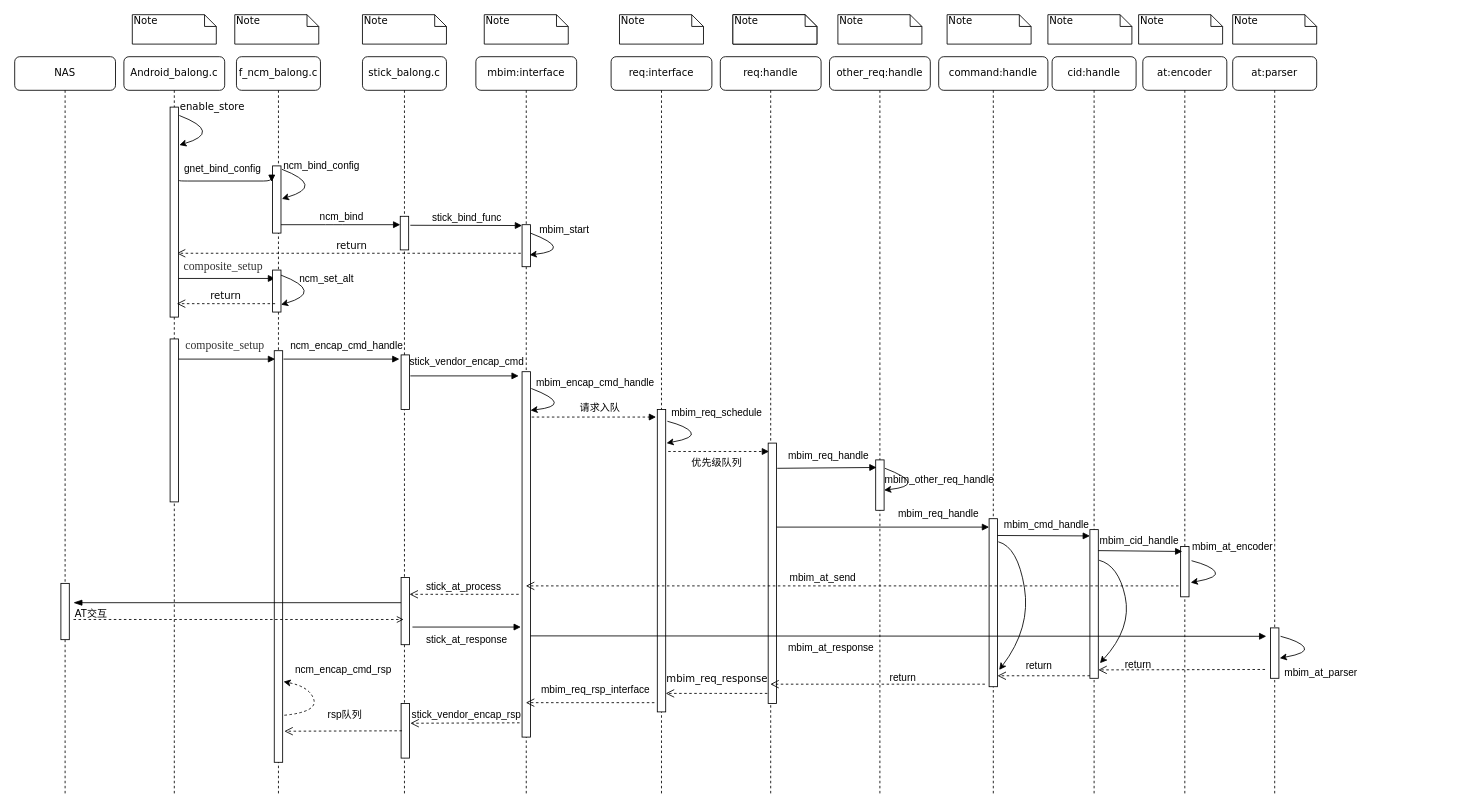
The draw.io diagram MBIM.drawio in liuhongkang/paper, before the edit. Source tidied: cells renumbered, new cells numbered last; positions are measured from the earlier drawing's top-left corner, leaving out a move shared by most shapes. Both pictures are drawn from the tidied source at 84%, with x=0, y=0 at pixel (14, 14).
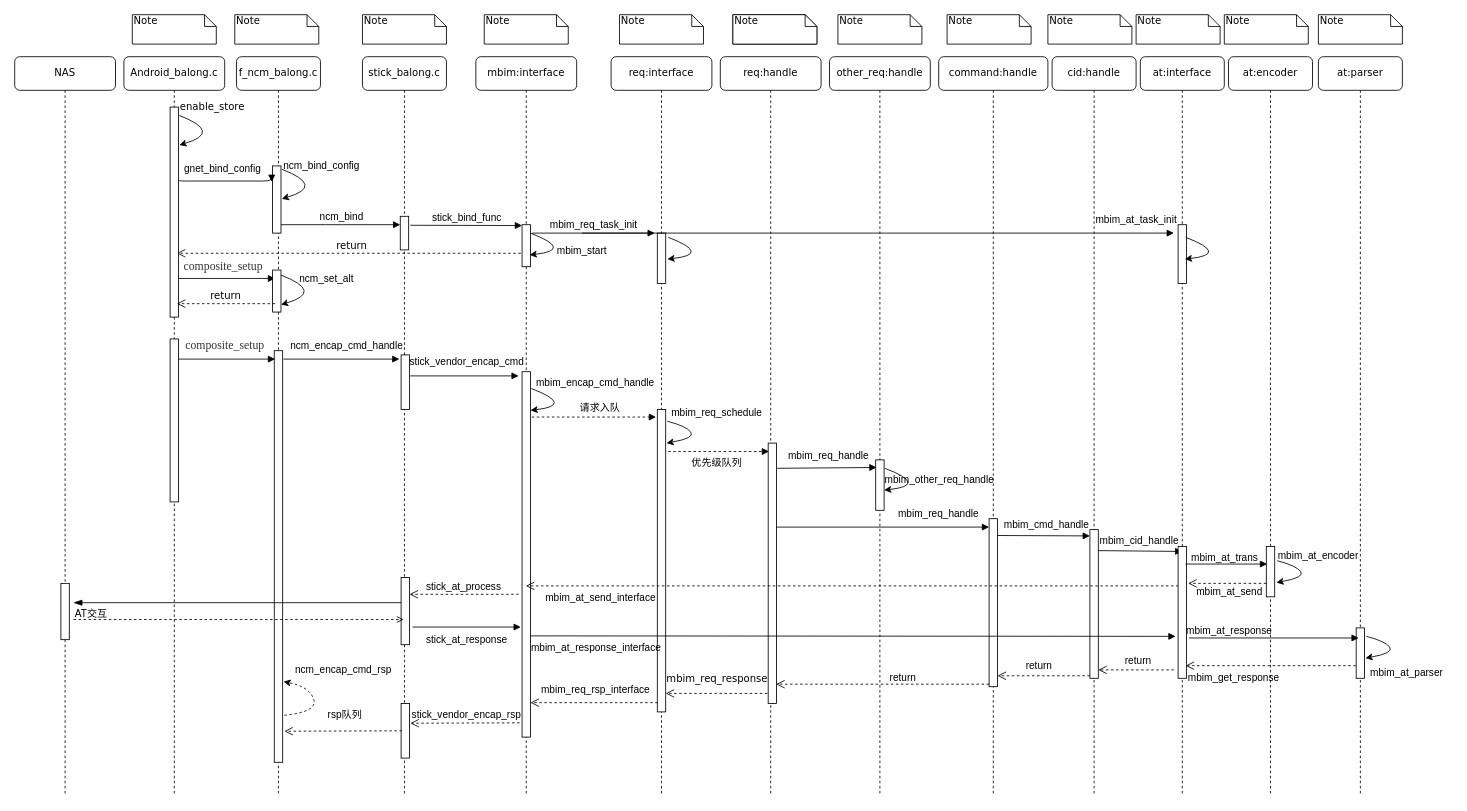
The same page after the edit.

The change refers to these unchanged cells:
```xml
<mxCell id="4" value="mbim:interface" style="shape=umlLifeline;perimeter=lifelinePerimeter;whiteSpace=wrap;html=1;outlineConnect=0;rounded=1;shadow=0;comic=0;labelBackgroundColor=none;strokeWidth=1;fontFamily=Verdana;fontSize=12;align=center;" parent="1" vertex="1">
  <mxGeometry x="549" y="50" width="120" height="880" as="geometry" />
</mxCell>
<mxCell id="15" value="req:interface" style="shape=umlLifeline;perimeter=lifelinePerimeter;whiteSpace=wrap;html=1;rounded=1;shadow=0;comic=0;labelBackgroundColor=none;strokeWidth=1;fontFamily=Verdana;fontSize=12;align=center;" parent="1" vertex="1">
  <mxGeometry x="710" y="50" width="120" height="880" as="geometry" />
</mxCell>
<mxCell id="36" style="html=1;points=[];perimeter=orthogonalPerimeter;rounded=0;shadow=0;comic=0;labelBackgroundColor=none;strokeColor=#000000;strokeWidth=1;fillColor=#FFFFFF;fontFamily=Verdana;fontSize=12;fontColor=#000000;align=center;" parent="35" vertex="1">
  <mxGeometry x="60" y="550" width="10" height="200" as="geometry" />
</mxCell>
<mxCell id="38" style="html=1;points=[];perimeter=orthogonalPerimeter;rounded=0;shadow=0;comic=0;labelBackgroundColor=none;strokeColor=#000000;strokeWidth=1;fillColor=#FFFFFF;fontFamily=Verdana;fontSize=12;fontColor=#000000;align=center;" parent="37" vertex="1">
  <mxGeometry x="45" y="583" width="10" height="60" as="geometry" />
</mxCell>
<mxCell id="46" style="html=1;points=[];perimeter=orthogonalPerimeter;rounded=0;shadow=0;comic=0;labelBackgroundColor=none;strokeColor=#000000;strokeWidth=1;fillColor=#FFFFFF;fontFamily=Verdana;fontSize=12;fontColor=#000000;align=center;" parent="45" vertex="1">
  <mxGeometry x="45" y="563" width="10" height="177" as="geometry" />
</mxCell>
```

Diff of the diagram source:
```diff
@@
+    <mxCell id="118" style="html=1;perimeter=orthogonalPerimeter;rounded=0;shadow=0;comic=0;labelBackgroundColor=none;strokeWidth=1;fontFamily=Verdana;fontSize=12;align=center;" parent="15" vertex="1">
+      <mxGeometry x="55" y="210" width="10" height="60" as="geometry" />
+    </mxCell>
@@
     <mxCell id="37" value="at:encoder" style="shape=umlLifeline;perimeter=lifelinePerimeter;whiteSpace=wrap;html=1;rounded=1;shadow=0;comic=0;labelBackgroundColor=none;strokeWidth=1;fontFamily=Verdana;fontSize=12;align=center;" parent="1" vertex="1">
-      <mxGeometry x="1343" y="50" width="100" height="880" as="geometry" />
+      <mxGeometry x="1445" y="50" width="100" height="880" as="geometry" />
     </mxCell>
@@
+    <mxCell id="119" value="mbim_get_response" style="text;whiteSpace=wrap;html=1;fontFamily=Helvetica;" parent="37" vertex="1">
+      <mxGeometry x="-50" y="726" width="117" height="20" as="geometry" />
+    </mxCell>
     <mxCell id="39" value="at:parser" style="shape=umlLifeline;perimeter=lifelinePerimeter;whiteSpace=wrap;html=1;rounded=1;shadow=0;comic=0;labelBackgroundColor=none;strokeWidth=1;fontFamily=Verdana;fontSize=12;align=center;" parent="1" vertex="1">
-      <mxGeometry x="1450" y="50" width="100" height="880" as="geometry" />
+      <mxGeometry x="1552" y="50" width="100" height="880" as="geometry" />
     </mxCell>
@@
     <mxCell id="42" value="Note" style="shape=note;whiteSpace=wrap;html=1;size=14;verticalAlign=top;align=left;spacingTop=-6;rounded=0;shadow=0;comic=0;labelBackgroundColor=none;strokeWidth=1;fontFamily=Verdana;fontSize=12;" parent="1" vertex="1">
-      <mxGeometry x="1338" width="100" height="35" as="geometry" />
+      <mxGeometry x="1440" width="100" height="35" as="geometry" />
     </mxCell>
@@
     <mxCell id="44" value="Note" style="shape=note;whiteSpace=wrap;html=1;size=14;verticalAlign=top;align=left;spacingTop=-6;rounded=0;shadow=0;comic=0;labelBackgroundColor=none;strokeWidth=1;fontFamily=Verdana;fontSize=12;" parent="1" vertex="1">
-      <mxGeometry x="1450" width="100" height="35" as="geometry" />
+      <mxGeometry x="1552" width="100" height="35" as="geometry" />
     </mxCell>
@@
     <mxCell id="56" value="mbim_start" style="text;html=1;align=center;verticalAlign=middle;" parent="1" vertex="1">
-      <mxGeometry x="619" y="246" width="70" height="20" as="geometry" />
+      <mxGeometry x="640" y="271" width="70" height="20" as="geometry" />
     </mxCell>
@@
     <mxCell id="85" style="curved=1;endArrow=classic;html=1;entryX=0.9;entryY=0.72;entryDx=0;entryDy=0;entryPerimeter=0;" parent="1" edge="1">
       <mxGeometry relative="1" as="geometry">
-        <mxPoint x="1401" y="650" as="sourcePoint" />
-        <mxPoint x="1400" y="676" as="targetPoint" />
+        <mxPoint x="1503" y="650" as="sourcePoint" />
+        <mxPoint x="1502" y="676" as="targetPoint" />
         <Array as="points">
-          <mxPoint x="1424" y="656" />
-          <mxPoint x="1434" y="670" />
+          <mxPoint x="1526" y="656" />
+          <mxPoint x="1536" y="670" />
         </Array>
       </mxGeometry>
     </mxCell>
     <mxCell id="86" value="mbim_at_encoder" style="text;whiteSpace=wrap;html=1;fontFamily=Helvetica;" parent="1" vertex="1">
-      <mxGeometry x="1400" y="620" width="100" height="20" as="geometry" />
+      <mxGeometry x="1502" y="630" width="100" height="20" as="geometry" />
     </mxCell>
@@
-    <mxCell id="88" value="mbim_at_send" style="text;whiteSpace=wrap;html=1;fontFamily=Helvetica;" parent="1" vertex="1">
-      <mxGeometry x="921" y="657" width="100" height="20" as="geometry" />
+    <mxCell id="88" value="mbim_at_send_interface" style="text;whiteSpace=wrap;html=1;fontFamily=Helvetica;" parent="1" vertex="1">
+      <mxGeometry x="630" y="680" width="130" height="20" as="geometry" />
     </mxCell>
@@
-    <mxCell id="93" style="html=1;verticalAlign=bottom;endArrow=block;labelBackgroundColor=none;fontFamily=Verdana;fontSize=12;" parent="1" edge="1">
+    <mxCell id="93" style="html=1;verticalAlign=bottom;endArrow=block;labelBackgroundColor=none;fontFamily=Verdana;fontSize=12;entryX=-0.3;entryY=0.682;entryDx=0;entryDy=0;entryPerimeter=0;" parent="1" edge="1" target="122">
       <mxGeometry relative="1" as="geometry">
         <mxPoint x="614" y="739.5" as="sourcePoint" />
-        <mxPoint x="1490" y="740" as="targetPoint" />
       </mxGeometry>
     </mxCell>
-    <mxCell id="94" value="mbim_at_response" style="text;whiteSpace=wrap;html=1;fontFamily=Helvetica;" parent="1" vertex="1">
-      <mxGeometry x="919" y="740" width="100" height="20" as="geometry" />
+    <mxCell id="94" value="mbim_at_response_interface" style="text;whiteSpace=wrap;html=1;fontFamily=Helvetica;" parent="1" vertex="1">
+      <mxGeometry x="613" y="740" width="100" height="20" as="geometry" />
     </mxCell>
     <mxCell id="95" style="curved=1;endArrow=classic;html=1;entryX=0.9;entryY=0.72;entryDx=0;entryDy=0;entryPerimeter=0;" parent="1" edge="1">
       <mxGeometry relative="1" as="geometry">
-        <mxPoint x="1507" y="740" as="sourcePoint" />
-        <mxPoint x="1506" y="766" as="targetPoint" />
+        <mxPoint x="1609" y="740" as="sourcePoint" />
+        <mxPoint x="1608" y="766" as="targetPoint" />
         <Array as="points">
-          <mxPoint x="1530" y="746" />
-          <mxPoint x="1540" y="760" />
+          <mxPoint x="1632" y="746" />
+          <mxPoint x="1642" y="760" />
         </Array>
       </mxGeometry>
     </mxCell>
     <mxCell id="96" value="mbim_at_parser" style="text;whiteSpace=wrap;html=1;fontFamily=Helvetica;" parent="1" vertex="1">
-      <mxGeometry x="1510" y="770" width="100" height="20" as="geometry" />
+      <mxGeometry x="1612" y="770" width="100" height="20" as="geometry" />
     </mxCell>
     <mxCell id="97" style="html=1;verticalAlign=bottom;endArrow=open;dashed=1;endSize=8;labelBackgroundColor=none;fontFamily=Verdana;fontSize=12;" parent="1" edge="1">
       <mxGeometry x="-0.01" y="-10" relative="1" as="geometry">
-        <mxPoint x="1488.5" y="779.5" as="sourcePoint" />
+        <mxPoint x="1380" y="780" as="sourcePoint" />
         <mxPoint x="1290" y="780" as="targetPoint" />
         <mxPoint x="1" as="offset" />
       </mxGeometry>
     </mxCell>
     <mxCell id="98" value="return" style="text;whiteSpace=wrap;html=1;fontFamily=Helvetica;" parent="1" vertex="1">
-      <mxGeometry x="1320" y="760" width="40" height="20" as="geometry" />
+      <mxGeometry x="1320" y="756" width="40" height="20" as="geometry" />
     </mxCell>
@@
-    <mxCell id="106" style="curved=1;endArrow=classic;html=1;entryX=1.2;entryY=0.898;entryDx=0;entryDy=0;entryPerimeter=0;" parent="1" edge="1" target="46">
-      <mxGeometry relative="1" as="geometry">
-        <mxPoint x="1291" y="649.5" as="sourcePoint" />
-        <Array as="points">
-          <mxPoint x="1314" y="655.5" />
-          <mxPoint x="1330" y="730" />
-        </Array>
-      </mxGeometry>
-    </mxCell>
-    <mxCell id="107" style="curved=1;endArrow=classic;html=1;entryX=1.2;entryY=0.9;entryDx=0;entryDy=0;entryPerimeter=0;" parent="1" edge="1" target="36">
-      <mxGeometry relative="1" as="geometry">
-        <mxPoint x="1171" y="627.5" as="sourcePoint" />
-        <Array as="points">
-          <mxPoint x="1194" y="633.5" />
-          <mxPoint x="1210" y="730" />
-        </Array>
-      </mxGeometry>
-    </mxCell>
-    <mxCell id="108" style="html=1;verticalAlign=bottom;endArrow=open;dashed=1;endSize=8;labelBackgroundColor=none;fontFamily=Verdana;fontSize=12;" parent="1" edge="1" target="4">
+    <mxCell id="108" style="html=1;verticalAlign=bottom;endArrow=open;dashed=1;endSize=8;labelBackgroundColor=none;fontFamily=Verdana;fontSize=12;" parent="1" edge="1">
       <mxGeometry x="-0.01" y="-10" relative="1" as="geometry">
-        <mxPoint x="761.5" y="819" as="sourcePoint" />
+        <mxPoint x="765.5" y="819" as="sourcePoint" />
+        <mxPoint x="614" y="819" as="targetPoint" />
         <mxPoint x="1" as="offset" />
       </mxGeometry>
     </mxCell>
@@
     <mxCell id="115" style="html=1;verticalAlign=bottom;endArrow=open;dashed=1;endSize=8;labelBackgroundColor=none;fontFamily=Verdana;fontSize=12;" parent="1" edge="1">
       <mxGeometry x="-0.01" y="-10" relative="1" as="geometry">
-        <mxPoint x="1155" y="797" as="sourcePoint" />
-        <mxPoint x="899.5" y="797" as="targetPoint" />
+        <mxPoint x="1160" y="797" as="sourcePoint" />
+        <mxPoint x="906.5" y="797" as="targetPoint" />
         <mxPoint x="1" as="offset" />
       </mxGeometry>
     </mxCell>
@@
+    <mxCell id="120" value="mbim_req_task_init" style="html=1;verticalAlign=bottom;endArrow=block;labelBackgroundColor=none;fontFamily=Helvetica;fontSize=12;edgeStyle=elbowEdgeStyle;elbow=vertical;exitX=1.2;exitY=0.267;exitDx=0;exitDy=0;exitPerimeter=0;" parent="1" edge="1">
+      <mxGeometry relative="1" as="geometry">
+        <mxPoint x="616" y="260" as="sourcePoint" />
+        <mxPoint x="762" y="260" as="targetPoint" />
+      </mxGeometry>
+    </mxCell>
+    <mxCell id="121" value="at:interface" style="shape=umlLifeline;perimeter=lifelinePerimeter;whiteSpace=wrap;html=1;rounded=1;shadow=0;comic=0;labelBackgroundColor=none;strokeWidth=1;fontFamily=Verdana;fontSize=12;align=center;" parent="1" vertex="1">
+      <mxGeometry x="1340" y="50" width="100" height="880" as="geometry" />
+    </mxCell>
+    <mxCell id="122" style="html=1;points=[];perimeter=orthogonalPerimeter;rounded=0;shadow=0;comic=0;labelBackgroundColor=none;strokeColor=#000000;strokeWidth=1;fillColor=#FFFFFF;fontFamily=Verdana;fontSize=12;fontColor=#000000;align=center;" parent="121" vertex="1">
+      <mxGeometry x="45" y="583" width="10" height="157" as="geometry" />
+    </mxCell>
+    <mxCell id="123" style="html=1;perimeter=orthogonalPerimeter;rounded=0;shadow=0;comic=0;labelBackgroundColor=none;strokeColor=#000000;strokeWidth=1;fillColor=#FFFFFF;fontFamily=Verdana;fontSize=12;fontColor=#000000;align=center;" parent="121" vertex="1">
+      <mxGeometry x="45" y="200" width="10" height="70" as="geometry" />
+    </mxCell>
+    <mxCell id="124" value="mbim_at_trans" style="text;whiteSpace=wrap;html=1;fontFamily=Helvetica;" parent="1" vertex="1">
+      <mxGeometry x="1399" y="633" width="88" height="20" as="geometry" />
+    </mxCell>
+    <mxCell id="125" style="html=1;verticalAlign=bottom;endArrow=block;labelBackgroundColor=none;fontFamily=Verdana;fontSize=12;" parent="1" edge="1">
+      <mxGeometry relative="1" as="geometry">
+        <mxPoint x="1394" y="654" as="sourcePoint" />
+        <mxPoint x="1491" y="654" as="targetPoint" />
+      </mxGeometry>
+    </mxCell>
+    <mxCell id="126" style="html=1;verticalAlign=bottom;endArrow=block;labelBackgroundColor=none;fontFamily=Verdana;fontSize=12;" parent="1" edge="1">
+      <mxGeometry relative="1" as="geometry">
+        <mxPoint x="1398" y="742" as="sourcePoint" />
+        <mxPoint x="1600" y="742" as="targetPoint" />
+      </mxGeometry>
+    </mxCell>
+    <mxCell id="127" value="mbim_at_response" style="text;whiteSpace=wrap;html=1;fontFamily=Helvetica;" parent="1" vertex="1">
+      <mxGeometry x="1393" y="720" width="100" height="20" as="geometry" />
+    </mxCell>
+    <mxCell id="128" style="html=1;verticalAlign=bottom;endArrow=open;dashed=1;endSize=8;labelBackgroundColor=none;fontFamily=Verdana;fontSize=12;exitX=0;exitY=0.733;exitDx=0;exitDy=0;exitPerimeter=0;" parent="1" edge="1" source="38">
+      <mxGeometry x="-0.01" y="-10" relative="1" as="geometry">
+        <mxPoint x="1397" y="677" as="targetPoint" />
+        <mxPoint x="1" as="offset" />
+      </mxGeometry>
+    </mxCell>
+    <mxCell id="129" value="mbim_at_send" style="text;whiteSpace=wrap;html=1;fontFamily=Helvetica;" parent="1" vertex="1">
+      <mxGeometry x="1405" y="673" width="88" height="20" as="geometry" />
+    </mxCell>
+    <mxCell id="130" style="html=1;verticalAlign=bottom;endArrow=open;dashed=1;endSize=8;labelBackgroundColor=none;fontFamily=Verdana;fontSize=12;" parent="1" edge="1">
+      <mxGeometry x="-0.01" y="-10" relative="1" as="geometry">
+        <mxPoint x="1596.5" y="775" as="sourcePoint" />
+        <mxPoint x="1394" y="775" as="targetPoint" />
+        <mxPoint x="1" as="offset" />
+      </mxGeometry>
+    </mxCell>
+    <mxCell id="131" value="Note" style="shape=note;whiteSpace=wrap;html=1;size=14;verticalAlign=top;align=left;spacingTop=-6;rounded=0;shadow=0;comic=0;labelBackgroundColor=none;strokeWidth=1;fontFamily=Verdana;fontSize=12;" parent="1" vertex="1">
+      <mxGeometry x="1335" width="100" height="35" as="geometry" />
+    </mxCell>
+    <mxCell id="132" style="html=1;verticalAlign=bottom;endArrow=block;labelBackgroundColor=none;fontFamily=Verdana;fontSize=12;" parent="1" edge="1">
+      <mxGeometry relative="1" as="geometry">
+        <mxPoint x="675.2" y="260" as="sourcePoint" />
+        <mxPoint x="1380" y="260" as="targetPoint" />
+      </mxGeometry>
+    </mxCell>
+    <mxCell id="133" value="mbim_at_task_init" style="text;html=1;align=center;verticalAlign=middle;fontFamily=Helvetica;" parent="1" vertex="1">
+      <mxGeometry x="1280" y="235" width="110" height="20" as="geometry" />
+    </mxCell>
+    <mxCell id="134" style="curved=1;endArrow=classic;html=1;entryX=0.9;entryY=0.72;entryDx=0;entryDy=0;entryPerimeter=0;" parent="1" edge="1">
+      <mxGeometry relative="1" as="geometry">
+        <mxPoint x="778" y="265" as="sourcePoint" />
+        <mxPoint x="777" y="291" as="targetPoint" />
+        <Array as="points">
+          <mxPoint x="830" y="285" />
+        </Array>
+      </mxGeometry>
+    </mxCell>
+    <mxCell id="135" style="curved=1;endArrow=classic;html=1;entryX=0.9;entryY=0.72;entryDx=0;entryDy=0;entryPerimeter=0;" parent="1" edge="1">
+      <mxGeometry relative="1" as="geometry">
+        <mxPoint x="1394" y="265" as="sourcePoint" />
+        <mxPoint x="1393" y="291" as="targetPoint" />
+        <Array as="points">
+          <mxPoint x="1446" y="285" />
+        </Array>
+      </mxGeometry>
+    </mxCell>
```
